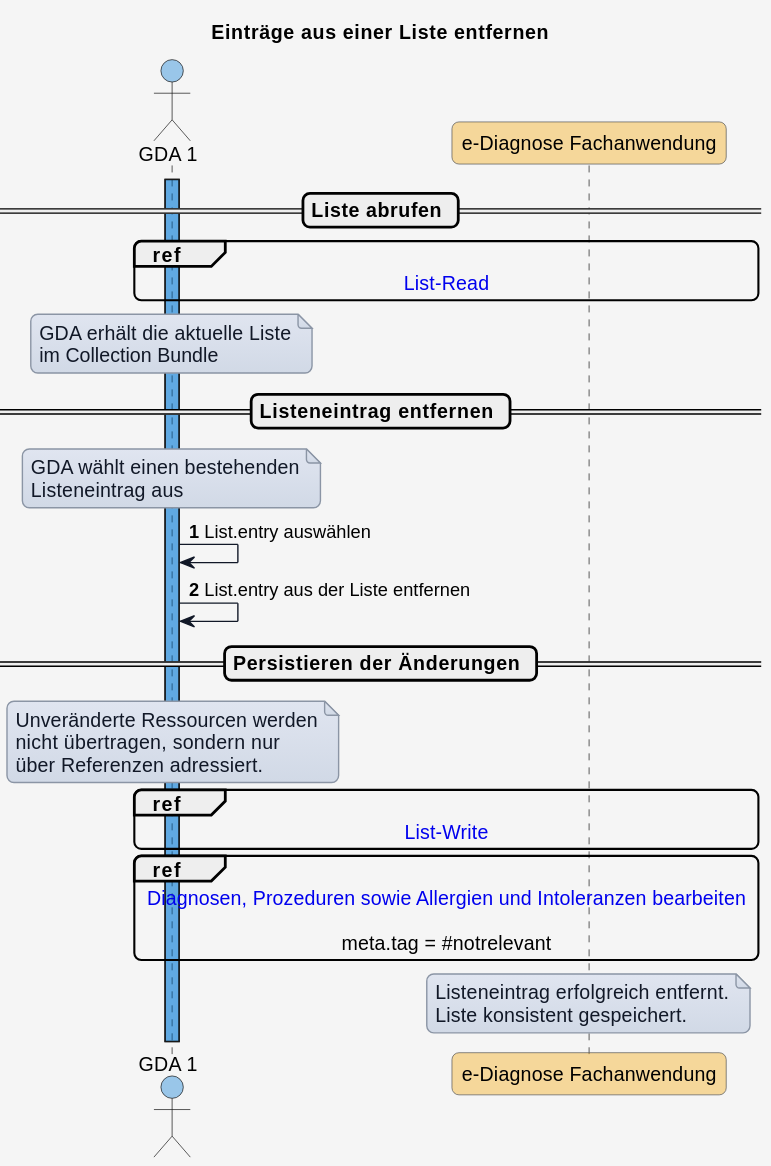
Above: input/images/plantuml/diagram_uc_06_05.svg in HL7Austria/ELGA-e-Diagnose-R4 (PlantUML), before the change.
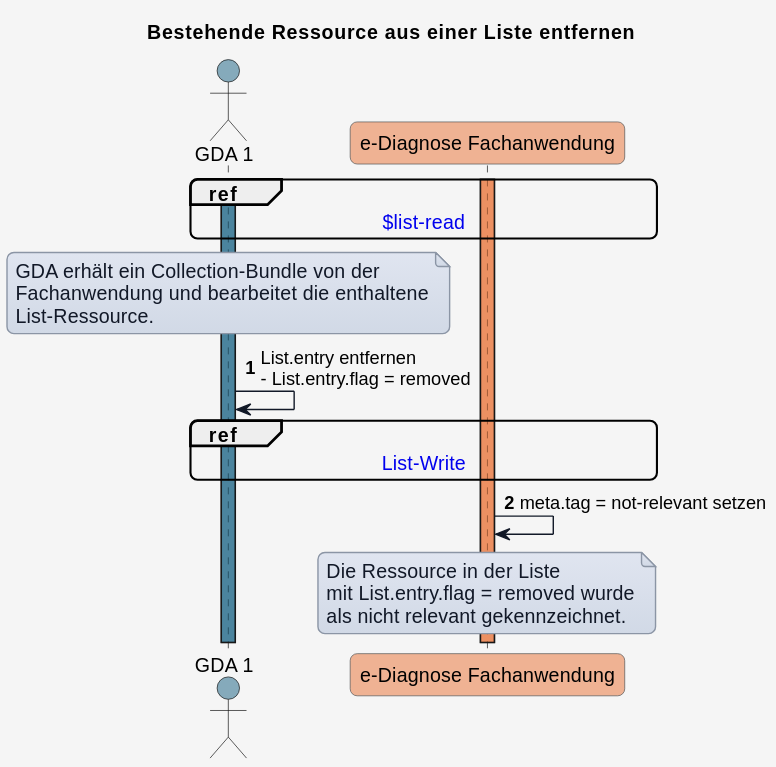
Later version of the same file.

Commit message:
Add sequence about removal from list

The edit, as a diff of the source:
```diff
@@ -1,5 +1,5 @@
 @startuml
-title Einträge aus einer Liste entfernen
+title Bestehende Ressource aus einer Liste entfernen
 
 skinparam borderColor #000000
 skinparam backgroundColor #f5f5f5
@@ -38,12 +38,11 @@
   GroupBorderThickness 2
 }
 
-!define COLOR_GDA_1    #0078D460
-!define COLOR_GDA_2    #8764B860
-!define COLOR_PATIENT  #00950560
-!define COLOR_APO      #00B7C360
-!define COLOR_DIAG_FA  #f5a40360
-!define COLOR_E_REZEPT #E7485660
+!define COLOR_GDA_1    #15608280
+!define COLOR_GDA_2    #96607D80
+!define COLOR_PATIENT  #196B2480
+!define COLOR_DIAG_FA  #E9713280
+
 
 !define COLOR_OK       #50E6FF25
 !define COLOR_ERROR    #FF8C0035
@@ -53,47 +52,26 @@
 
 autonumber
 
-== Liste abrufen ==
+activate GDA_1 COLOR_GDA_1
+activate eDiag_FA COLOR_DIAG_FA
 
-activate GDA_1 COLOR_GDA_1
-
-ref over GDA_1, eDiag_FA : [[interactions.html#list-read List-Read]]
-
+ref over GDA_1, eDiag_FA : [[uc_ediag_06_int_list.html#$list-read $list-read]]
 
 note over GDA_1
-GDA erhält die aktuelle Liste
-im Collection Bundle
+  GDA erhält ein Collection-Bundle von der
+  Fachanwendung und bearbeitet die enthaltene
+  List-Ressource.
 end note
 
-== Listeneintrag entfernen ==
+GDA_1 -> GDA_1: List.entry entfernen\n- List.entry.flag = removed
 
-note over GDA_1
-GDA wählt einen bestehenden
-Listeneintrag aus
-end note
+ref over GDA_1, eDiag_FA : [[uc_ediag_06_int_list.html#$list-write List-Write]]
 
-GDA_1 -> GDA_1 : List.entry auswählen
-GDA_1 -> GDA_1 : List.entry aus der Liste entfernen
-
-
-== Persistieren der Änderungen ==
-
-note over GDA_1
-Unveränderte Ressourcen werden
-nicht übertragen, sondern nur
-über Referenzen adressiert.
-end note
-
-ref over GDA_1, eDiag_FA : [[interactions.html#list-write List-Write]]
-
-ref over GDA_1, eDiag_FA
-  [[uc-e-diag-06.html#sub-uc-e-diag-06-10-Diagnosen-Prozeduren-sowie-Allergien-und-Intoleranzen-bearbeiten Diagnosen, Prozeduren sowie Allergien und Intoleranzen bearbeiten]]
-
-  meta.tag = #notrelevant
-end ref
+eDiag_FA -> eDiag_FA : meta.tag = not-relevant setzen
 
 note over eDiag_FA
-Listeneintrag erfolgreich entfernt.
-Liste konsistent gespeichert.
+  Die Ressource in der Liste
+  mit List.entry.flag = removed wurde
+  als nicht relevant gekennzeichnet.
 end note
 @enduml
```
